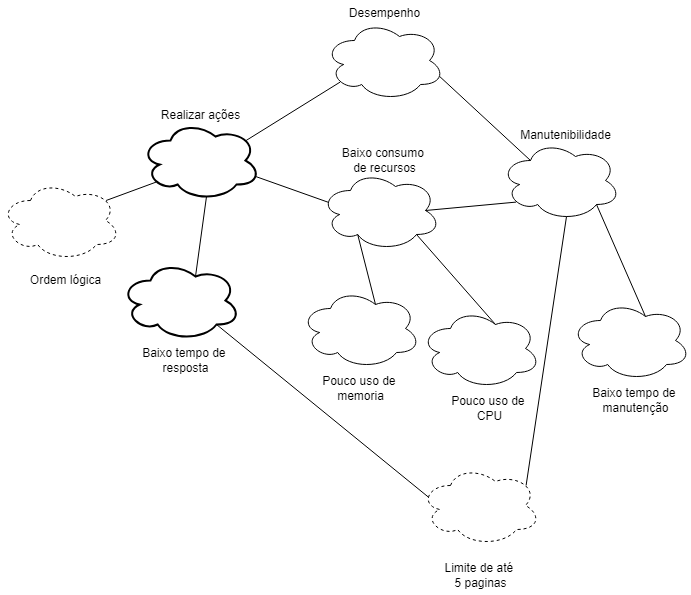
The draw.io diagram docs/imagens/NFR/NFRDesempenho.png in Requisitos-de-Software/2024.2-MeuINSS, before a commit. Source tidied: cells renumbered, new cells last; positions are measured from the earlier drawing's top-left corner, leaving out a move shared by most shapes. Its diagram source:
```xml
<mxGraphModel>
  <root>
    <mxCell id="0" />
    <mxCell id="1" parent="0" />
    <mxCell id="2" style="ellipse;shape=cloud;whiteSpace=wrap;html=1;" parent="1" vertex="1">
      <mxGeometry x="324" y="20" width="120" height="80" as="geometry" />
    </mxCell>
    <mxCell id="3" value="Desempenho&lt;div&gt;&lt;br&gt;&lt;/div&gt;" style="text;html=1;align=center;verticalAlign=middle;strokeColor=none;fillColor=none;" parent="1" vertex="1">
      <mxGeometry x="339" width="90" height="40" as="geometry" />
    </mxCell>
    <mxCell id="4" style="ellipse;shape=cloud;whiteSpace=wrap;html=1;strokeWidth=1;" parent="1" vertex="1">
      <mxGeometry x="500" y="140" width="120" height="80" as="geometry" />
    </mxCell>
    <mxCell id="5" value="&lt;div&gt;Manutenibilidade&lt;br&gt;&lt;/div&gt;" style="text;html=1;align=center;verticalAlign=middle;strokeColor=none;fillColor=none;" parent="1" vertex="1">
      <mxGeometry x="510" y="120" width="110" height="30" as="geometry" />
    </mxCell>
    <mxCell id="6" style="endArrow=none;html=1;rounded=0;exitX=0.88;exitY=0.25;exitDx=0;exitDy=0;exitPerimeter=0;entryX=0.13;entryY=0.77;entryDx=0;entryDy=0;entryPerimeter=0;endFill=0;" parent="1" edge="1" source="8" target="2">
      <mxGeometry relative="1" as="geometry" />
    </mxCell>
    <mxCell id="7" style="endArrow=none;html=1;rounded=0;entryX=0.96;entryY=0.7;entryDx=0;entryDy=0;entryPerimeter=0;exitX=0.25;exitY=0.25;exitDx=0;exitDy=0;exitPerimeter=0;endFill=0;" parent="1" edge="1" source="4" target="2">
      <mxGeometry relative="1" as="geometry" />
    </mxCell>
    <mxCell id="8" style="ellipse;shape=cloud;whiteSpace=wrap;html=1;strokeWidth=2;" parent="1" vertex="1">
      <mxGeometry x="140" y="120" width="120" height="80" as="geometry" />
    </mxCell>
    <mxCell id="9" value="Realizar ações" style="text;html=1;align=center;verticalAlign=middle;strokeColor=none;fillColor=none;" parent="1" vertex="1">
      <mxGeometry x="150" y="100" width="100" height="30" as="geometry" />
    </mxCell>
    <mxCell id="10" style="ellipse;shape=cloud;whiteSpace=wrap;html=1;" parent="1" vertex="1">
      <mxGeometry x="570" y="300" width="120" height="80" as="geometry" />
    </mxCell>
    <mxCell id="11" value="Baixo&amp;nbsp;&lt;span style=&quot;background-color: initial;&quot;&gt;tempo de&amp;nbsp;&lt;/span&gt;&lt;div&gt;manutenção&lt;/div&gt;" style="text;html=1;align=center;verticalAlign=middle;strokeColor=none;fillColor=none;" parent="1" vertex="1">
      <mxGeometry x="580" y="380" width="110" height="40" as="geometry" />
    </mxCell>
    <mxCell id="12" style="ellipse;shape=cloud;whiteSpace=wrap;html=1;strokeWidth=2;" parent="1" vertex="1">
      <mxGeometry x="120" y="260" width="120" height="80" as="geometry" />
    </mxCell>
    <mxCell id="13" style="ellipse;shape=cloud;whiteSpace=wrap;html=1;" parent="1" vertex="1">
      <mxGeometry x="320" y="170" width="120" height="80" as="geometry" />
    </mxCell>
    <mxCell id="14" value="Baixo consumo&amp;nbsp;&lt;div&gt;de recursos&lt;/div&gt;" style="text;html=1;align=center;verticalAlign=middle;strokeColor=none;fillColor=none;" parent="1" vertex="1">
      <mxGeometry x="329" y="140" width="110" height="40" as="geometry" />
    </mxCell>
    <mxCell id="15" style="ellipse;shape=cloud;whiteSpace=wrap;html=1;dashed=1;" parent="1" vertex="1">
      <mxGeometry x="420" y="465" width="120" height="80" as="geometry" />
    </mxCell>
    <mxCell id="16" value="Limite de até&amp;nbsp;&lt;div&gt;5 paginas&lt;/div&gt;" style="text;html=1;align=center;verticalAlign=middle;strokeColor=none;fillColor=none;" parent="1" vertex="1">
      <mxGeometry x="430" y="555" width="100" height="40" as="geometry" />
    </mxCell>
    <mxCell id="17" value="Baixo tempo de&amp;nbsp;&lt;div&gt;resposta&lt;/div&gt;" style="text;html=1;align=center;verticalAlign=middle;strokeColor=none;fillColor=none;" parent="1" vertex="1">
      <mxGeometry x="130" y="340" width="110" height="40" as="geometry" />
    </mxCell>
    <mxCell id="18" style="endArrow=none;html=1;rounded=0;exitX=0.625;exitY=0.2;exitDx=0;exitDy=0;exitPerimeter=0;entryX=0.55;entryY=0.95;entryDx=0;entryDy=0;entryPerimeter=0;endFill=0;" parent="1" edge="1" source="12" target="8">
      <mxGeometry relative="1" as="geometry" />
    </mxCell>
    <mxCell id="19" style="endArrow=none;html=1;rounded=0;entryX=0.13;entryY=0.77;entryDx=0;entryDy=0;entryPerimeter=0;exitX=0.875;exitY=0.5;exitDx=0;exitDy=0;exitPerimeter=0;endFill=0;" parent="1" edge="1" source="13" target="4">
      <mxGeometry relative="1" as="geometry" />
    </mxCell>
    <mxCell id="20" style="endArrow=none;html=1;rounded=0;entryX=0.96;entryY=0.7;entryDx=0;entryDy=0;entryPerimeter=0;exitX=0.07;exitY=0.4;exitDx=0;exitDy=0;exitPerimeter=0;endFill=0;" parent="1" edge="1" source="13" target="8">
      <mxGeometry relative="1" as="geometry" />
    </mxCell>
    <mxCell id="21" style="endArrow=none;html=1;rounded=0;entryX=0.8;entryY=0.8;entryDx=0;entryDy=0;entryPerimeter=0;exitX=0.07;exitY=0.4;exitDx=0;exitDy=0;exitPerimeter=0;endFill=0;" parent="1" edge="1" source="15" target="12">
      <mxGeometry relative="1" as="geometry" />
    </mxCell>
    <mxCell id="22" style="endArrow=none;html=1;rounded=0;entryX=0.55;entryY=0.95;entryDx=0;entryDy=0;entryPerimeter=0;exitX=0.88;exitY=0.25;exitDx=0;exitDy=0;exitPerimeter=0;endFill=0;" parent="1" edge="1" source="15" target="4">
      <mxGeometry relative="1" as="geometry" />
    </mxCell>
    <mxCell id="23" style="endArrow=none;html=1;rounded=0;entryX=0.8;entryY=0.8;entryDx=0;entryDy=0;entryPerimeter=0;exitX=0.625;exitY=0.2;exitDx=0;exitDy=0;exitPerimeter=0;endFill=0;" parent="1" edge="1" source="10" target="4">
      <mxGeometry relative="1" as="geometry" />
    </mxCell>
    <mxCell id="24" style="ellipse;shape=cloud;whiteSpace=wrap;html=1;" parent="1" vertex="1">
      <mxGeometry x="300" y="288" width="120" height="80" as="geometry" />
    </mxCell>
    <mxCell id="25" value="Pouco uso de&amp;nbsp;&lt;div&gt;memoria&lt;/div&gt;" style="text;html=1;align=center;verticalAlign=middle;strokeColor=none;fillColor=none;" parent="1" vertex="1">
      <mxGeometry x="310" y="368" width="100" height="40" as="geometry" />
    </mxCell>
    <mxCell id="26" style="ellipse;shape=cloud;whiteSpace=wrap;html=1;" parent="1" vertex="1">
      <mxGeometry x="420" y="308" width="120" height="80" as="geometry" />
    </mxCell>
    <mxCell id="27" value="Pouco uso de&amp;nbsp;&lt;div&gt;CPU&lt;/div&gt;" style="text;html=1;align=center;verticalAlign=middle;strokeColor=none;fillColor=none;" parent="1" vertex="1">
      <mxGeometry x="439" y="388" width="100" height="40" as="geometry" />
    </mxCell>
    <mxCell id="28" style="endArrow=none;html=1;rounded=0;entryX=0.8;entryY=0.8;entryDx=0;entryDy=0;entryPerimeter=0;exitX=0.625;exitY=0.2;exitDx=0;exitDy=0;exitPerimeter=0;endFill=0;" parent="1" edge="1" source="26" target="13">
      <mxGeometry relative="1" as="geometry" />
    </mxCell>
    <mxCell id="29" style="endArrow=none;html=1;rounded=0;entryX=0.31;entryY=0.8;entryDx=0;entryDy=0;entryPerimeter=0;exitX=0.625;exitY=0.2;exitDx=0;exitDy=0;exitPerimeter=0;endFill=0;" parent="1" edge="1" source="24" target="13">
      <mxGeometry relative="1" as="geometry" />
    </mxCell>
    <mxCell id="30" style="ellipse;shape=cloud;whiteSpace=wrap;html=1;dashed=1;" parent="1" vertex="1">
      <mxGeometry y="180" width="120" height="80" as="geometry" />
    </mxCell>
    <mxCell id="31" value="Ordem lógica" style="text;html=1;align=center;verticalAlign=middle;strokeColor=none;fillColor=none;" parent="1" vertex="1">
      <mxGeometry x="20" y="265" width="90" height="30" as="geometry" />
    </mxCell>
    <mxCell id="32" style="endArrow=none;html=1;rounded=0;exitX=0.88;exitY=0.25;exitDx=0;exitDy=0;exitPerimeter=0;entryX=0.13;entryY=0.77;entryDx=0;entryDy=0;entryPerimeter=0;endFill=0;" parent="1" edge="1" source="30" target="8">
      <mxGeometry relative="1" as="geometry" />
    </mxCell>
  </root>
</mxGraphModel>
```
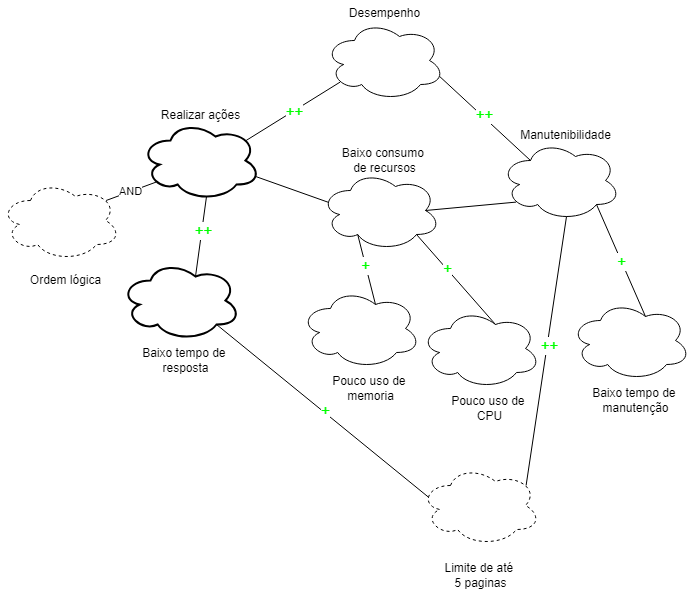
Later version of the same file.

Commit message:
fix: diagramas NFR Desempenho

The edit, as a diff of the source:
```diff
@@ -17,9 +17,15 @@
     <mxCell id="6" style="endArrow=none;html=1;rounded=0;exitX=0.88;exitY=0.25;exitDx=0;exitDy=0;exitPerimeter=0;entryX=0.13;entryY=0.77;entryDx=0;entryDy=0;entryPerimeter=0;endFill=0;" parent="1" edge="1" source="8" target="2">
       <mxGeometry relative="1" as="geometry" />
     </mxCell>
+    <mxCell id="33" value="&lt;font color=&quot;#00ff00&quot; style=&quot;font-size: 15px;&quot;&gt;++&lt;/font&gt;" style="edgeLabel;html=1;align=center;verticalAlign=middle;" parent="6" vertex="1">
+      <mxGeometry x="0.01" relative="1" as="geometry" />
+    </mxCell>
     <mxCell id="7" style="endArrow=none;html=1;rounded=0;entryX=0.96;entryY=0.7;entryDx=0;entryDy=0;entryPerimeter=0;exitX=0.25;exitY=0.25;exitDx=0;exitDy=0;exitPerimeter=0;endFill=0;" parent="1" edge="1" source="4" target="2">
       <mxGeometry relative="1" as="geometry" />
     </mxCell>
+    <mxCell id="34" value="&lt;font color=&quot;#00ff00&quot; style=&quot;font-size: 15px;&quot;&gt;++&lt;/font&gt;" style="edgeLabel;html=1;align=center;verticalAlign=middle;" parent="7" vertex="1">
+      <mxGeometry x="0.07" y="-3" relative="1" as="geometry" />
+    </mxCell>
     <mxCell id="8" style="ellipse;shape=cloud;whiteSpace=wrap;html=1;strokeWidth=2;" parent="1" vertex="1">
       <mxGeometry x="140" y="120" width="120" height="80" as="geometry" />
     </mxCell>
@@ -53,6 +59,9 @@
     <mxCell id="18" style="endArrow=none;html=1;rounded=0;exitX=0.625;exitY=0.2;exitDx=0;exitDy=0;exitPerimeter=0;entryX=0.55;entryY=0.95;entryDx=0;entryDy=0;entryPerimeter=0;endFill=0;" parent="1" edge="1" source="12" target="8">
       <mxGeometry relative="1" as="geometry" />
     </mxCell>
+    <mxCell id="35" value="&lt;font color=&quot;#00ff00&quot; style=&quot;font-size: 15px;&quot;&gt;++&lt;/font&gt;" style="edgeLabel;html=1;align=center;verticalAlign=middle;" parent="18" vertex="1">
+      <mxGeometry x="0.17" y="-1" relative="1" as="geometry" />
+    </mxCell>
     <mxCell id="19" style="endArrow=none;html=1;rounded=0;entryX=0.13;entryY=0.77;entryDx=0;entryDy=0;entryPerimeter=0;exitX=0.875;exitY=0.5;exitDx=0;exitDy=0;exitPerimeter=0;endFill=0;" parent="1" edge="1" source="13" target="4">
       <mxGeometry relative="1" as="geometry" />
     </mxCell>
@@ -62,17 +71,28 @@
     <mxCell id="21" style="endArrow=none;html=1;rounded=0;entryX=0.8;entryY=0.8;entryDx=0;entryDy=0;entryPerimeter=0;exitX=0.07;exitY=0.4;exitDx=0;exitDy=0;exitPerimeter=0;endFill=0;" parent="1" edge="1" source="15" target="12">
       <mxGeometry relative="1" as="geometry" />
     </mxCell>
+    <mxCell id="36" value="&lt;font color=&quot;#00ff00&quot;&gt;&lt;span style=&quot;font-size: 16px;&quot;&gt;+&lt;/span&gt;&lt;/font&gt;" style="edgeLabel;html=1;align=center;verticalAlign=middle;" parent="21" vertex="1">
+      <mxGeometry y="-2" relative="1" as="geometry">
+        <mxPoint x="1" as="offset" />
+      </mxGeometry>
+    </mxCell>
     <mxCell id="22" style="endArrow=none;html=1;rounded=0;entryX=0.55;entryY=0.95;entryDx=0;entryDy=0;entryPerimeter=0;exitX=0.88;exitY=0.25;exitDx=0;exitDy=0;exitPerimeter=0;endFill=0;" parent="1" edge="1" source="15" target="4">
       <mxGeometry relative="1" as="geometry" />
     </mxCell>
+    <mxCell id="37" value="&lt;font color=&quot;#00ff00&quot; style=&quot;font-size: 15px;&quot;&gt;++&lt;/font&gt;" style="edgeLabel;html=1;align=center;verticalAlign=middle;" parent="22" vertex="1">
+      <mxGeometry x="0.05" y="-2" relative="1" as="geometry" />
+    </mxCell>
     <mxCell id="23" style="endArrow=none;html=1;rounded=0;entryX=0.8;entryY=0.8;entryDx=0;entryDy=0;entryPerimeter=0;exitX=0.625;exitY=0.2;exitDx=0;exitDy=0;exitPerimeter=0;endFill=0;" parent="1" edge="1" source="10" target="4">
       <mxGeometry relative="1" as="geometry" />
     </mxCell>
+    <mxCell id="38" value="&lt;font color=&quot;#00ff00&quot; style=&quot;font-size: 15px;&quot;&gt;+&lt;/font&gt;" style="edgeLabel;html=1;align=center;verticalAlign=middle;" parent="23" vertex="1">
+      <mxGeometry relative="1" as="geometry" />
+    </mxCell>
     <mxCell id="24" style="ellipse;shape=cloud;whiteSpace=wrap;html=1;" parent="1" vertex="1">
       <mxGeometry x="300" y="288" width="120" height="80" as="geometry" />
     </mxCell>
     <mxCell id="25" value="Pouco uso de&amp;nbsp;&lt;div&gt;memoria&lt;/div&gt;" style="text;html=1;align=center;verticalAlign=middle;strokeColor=none;fillColor=none;" parent="1" vertex="1">
-      <mxGeometry x="310" y="368" width="100" height="40" as="geometry" />
+      <mxGeometry x="320" y="368" width="100" height="40" as="geometry" />
     </mxCell>
     <mxCell id="26" style="ellipse;shape=cloud;whiteSpace=wrap;html=1;" parent="1" vertex="1">
       <mxGeometry x="420" y="308" width="120" height="80" as="geometry" />
@@ -83,9 +103,15 @@
     <mxCell id="28" style="endArrow=none;html=1;rounded=0;entryX=0.8;entryY=0.8;entryDx=0;entryDy=0;entryPerimeter=0;exitX=0.625;exitY=0.2;exitDx=0;exitDy=0;exitPerimeter=0;endFill=0;" parent="1" edge="1" source="26" target="13">
       <mxGeometry relative="1" as="geometry" />
     </mxCell>
+    <mxCell id="39" value="&lt;font style=&quot;font-size: 15px;&quot; color=&quot;#00ff00&quot;&gt;+&lt;/font&gt;" style="edgeLabel;html=1;align=center;verticalAlign=middle;" parent="28" vertex="1">
+      <mxGeometry x="0.24" y="-1" relative="1" as="geometry" />
+    </mxCell>
     <mxCell id="29" style="endArrow=none;html=1;rounded=0;entryX=0.31;entryY=0.8;entryDx=0;entryDy=0;entryPerimeter=0;exitX=0.625;exitY=0.2;exitDx=0;exitDy=0;exitPerimeter=0;endFill=0;" parent="1" edge="1" source="24" target="13">
       <mxGeometry relative="1" as="geometry" />
     </mxCell>
+    <mxCell id="40" value="&lt;font color=&quot;#00ff00&quot; style=&quot;font-size: 15px;&quot;&gt;+&lt;/font&gt;" style="edgeLabel;html=1;align=center;verticalAlign=middle;" parent="29" vertex="1">
+      <mxGeometry x="0.13" relative="1" as="geometry" />
+    </mxCell>
     <mxCell id="30" style="ellipse;shape=cloud;whiteSpace=wrap;html=1;dashed=1;" parent="1" vertex="1">
       <mxGeometry y="180" width="120" height="80" as="geometry" />
     </mxCell>
@@ -95,5 +121,8 @@
     <mxCell id="32" style="endArrow=none;html=1;rounded=0;exitX=0.88;exitY=0.25;exitDx=0;exitDy=0;exitPerimeter=0;entryX=0.13;entryY=0.77;entryDx=0;entryDy=0;entryPerimeter=0;endFill=0;" parent="1" edge="1" source="30" target="8">
       <mxGeometry relative="1" as="geometry" />
     </mxCell>
+    <mxCell id="41" value="AND" style="edgeLabel;html=1;align=center;verticalAlign=middle;" parent="32" vertex="1">
+      <mxGeometry x="-0.02" y="1" relative="1" as="geometry" />
+    </mxCell>
   </root>
 </mxGraphModel>
```
